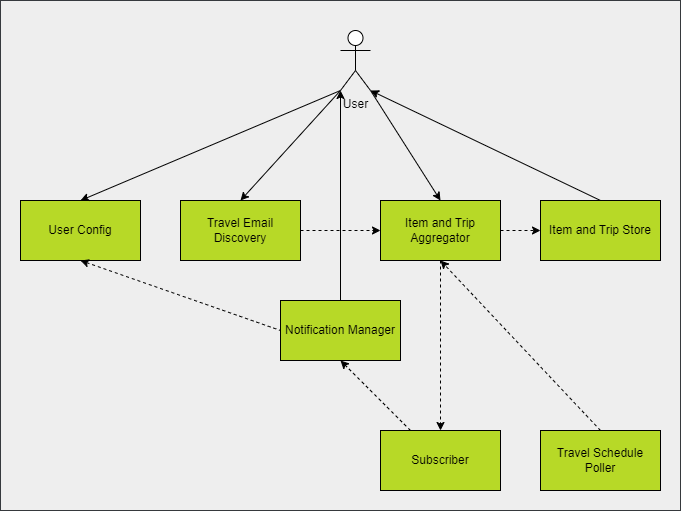
Guilbert12/Kata2023_team_onion keeps this draw.io diagram as diagrams/logical_architecture.png. Above is the earlier version. Source tidied: cells renumbered, new cells last; positions are measured from the earlier drawing's top-left corner, leaving out a move shared by most shapes.
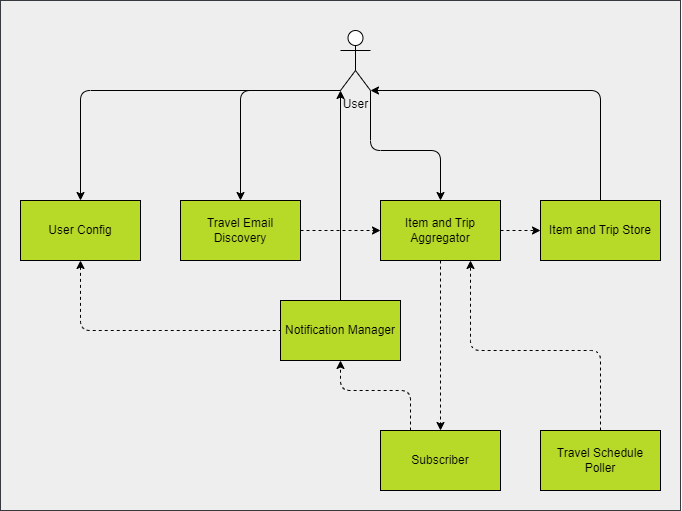
The same file after the commit.

What changed in the source:
```diff
@@ -30,28 +30,55 @@
       <mxGeometry x="280" y="300" width="120" height="60" as="geometry" />
     </mxCell>
     <mxCell id="11" style="endArrow=classic;html=1;strokeColor=#000000;fontFamily=Atkinson Hyperlegible;exitX=0;exitY=1;exitDx=0;exitDy=0;exitPerimeter=0;entryX=0.5;entryY=0;entryDx=0;entryDy=0;" parent="1" edge="1" source="3" target="4">
-      <mxGeometry relative="1" as="geometry" />
+      <mxGeometry relative="1" as="geometry">
+        <Array as="points">
+          <mxPoint x="80" y="90" />
+        </Array>
+      </mxGeometry>
     </mxCell>
     <mxCell id="12" style="endArrow=classic;html=1;strokeColor=#000000;fontFamily=Atkinson Hyperlegible;exitX=0;exitY=1;exitDx=0;exitDy=0;exitPerimeter=0;entryX=0.5;entryY=0;entryDx=0;entryDy=0;" parent="1" edge="1" source="3" target="5">
-      <mxGeometry relative="1" as="geometry" />
+      <mxGeometry relative="1" as="geometry">
+        <Array as="points">
+          <mxPoint x="240" y="90" />
+        </Array>
+      </mxGeometry>
     </mxCell>
     <mxCell id="13" style="endArrow=classic;html=1;strokeColor=#000000;fontFamily=Atkinson Hyperlegible;exitX=1;exitY=1;exitDx=0;exitDy=0;exitPerimeter=0;entryX=0.5;entryY=0;entryDx=0;entryDy=0;" parent="1" edge="1" source="3" target="6">
-      <mxGeometry relative="1" as="geometry" />
+      <mxGeometry relative="1" as="geometry">
+        <Array as="points">
+          <mxPoint x="370" y="150" />
+          <mxPoint x="440" y="150" />
+        </Array>
+      </mxGeometry>
     </mxCell>
     <mxCell id="14" style="endArrow=none;html=1;strokeColor=#000000;fontFamily=Atkinson Hyperlegible;exitX=1;exitY=1;exitDx=0;exitDy=0;exitPerimeter=0;entryX=0.5;entryY=0;entryDx=0;entryDy=0;startArrow=classic;startFill=1;endFill=0;" parent="1" edge="1" source="3" target="7">
-      <mxGeometry relative="1" as="geometry" />
+      <mxGeometry relative="1" as="geometry">
+        <Array as="points">
+          <mxPoint x="600" y="90" />
+        </Array>
+      </mxGeometry>
     </mxCell>
     <mxCell id="15" style="endArrow=classic;html=1;strokeColor=#000000;fontFamily=Atkinson Hyperlegible;exitX=0.5;exitY=1;exitDx=0;exitDy=0;entryX=0.5;entryY=0;entryDx=0;entryDy=0;dashed=1;" parent="1" edge="1" source="6" target="8">
       <mxGeometry relative="1" as="geometry" />
     </mxCell>
-    <mxCell id="16" style="endArrow=classic;html=1;strokeColor=#000000;fontFamily=Atkinson Hyperlegible;exitX=0.5;exitY=0;exitDx=0;exitDy=0;entryX=0.5;entryY=1;entryDx=0;entryDy=0;dashed=1;" parent="1" edge="1" source="9" target="6">
-      <mxGeometry relative="1" as="geometry" />
+    <mxCell id="16" style="endArrow=classic;html=1;strokeColor=#000000;fontFamily=Atkinson Hyperlegible;exitX=0.5;exitY=0;exitDx=0;exitDy=0;entryX=0.75;entryY=1;entryDx=0;entryDy=0;dashed=1;" parent="1" edge="1" source="9" target="6">
+      <mxGeometry relative="1" as="geometry">
+        <Array as="points">
+          <mxPoint x="600" y="350" />
+          <mxPoint x="470" y="350" />
+        </Array>
+      </mxGeometry>
     </mxCell>
     <mxCell id="17" style="endArrow=classic;html=1;strokeColor=#000000;fontFamily=Atkinson Hyperlegible;exitX=1;exitY=0.5;exitDx=0;exitDy=0;entryX=0;entryY=0.5;entryDx=0;entryDy=0;dashed=1;" parent="1" edge="1" source="6" target="7">
       <mxGeometry relative="1" as="geometry" />
     </mxCell>
     <mxCell id="18" style="endArrow=classic;html=1;strokeColor=#000000;fontFamily=Atkinson Hyperlegible;exitX=0.25;exitY=0;exitDx=0;exitDy=0;entryX=0.5;entryY=1;entryDx=0;entryDy=0;dashed=1;" parent="1" edge="1" source="8" target="10">
-      <mxGeometry relative="1" as="geometry" />
+      <mxGeometry relative="1" as="geometry">
+        <Array as="points">
+          <mxPoint x="410" y="390" />
+          <mxPoint x="340" y="390" />
+        </Array>
+      </mxGeometry>
     </mxCell>
     <mxCell id="19" style="endArrow=classic;html=1;strokeColor=#000000;fontFamily=Atkinson Hyperlegible;exitX=0.5;exitY=0;exitDx=0;exitDy=0;entryX=0;entryY=1;entryDx=0;entryDy=0;entryPerimeter=0;" parent="1" edge="1" source="10" target="3">
       <mxGeometry relative="1" as="geometry" />
@@ -60,7 +87,11 @@
       <mxGeometry relative="1" as="geometry" />
     </mxCell>
     <mxCell id="21" style="endArrow=none;html=1;strokeColor=#000000;fontFamily=Atkinson Hyperlegible;exitX=0.5;exitY=1;exitDx=0;exitDy=0;entryX=0;entryY=0.5;entryDx=0;entryDy=0;dashed=1;startArrow=classic;startFill=1;endFill=0;" parent="1" edge="1" source="4" target="10">
-      <mxGeometry relative="1" as="geometry" />
+      <mxGeometry relative="1" as="geometry">
+        <Array as="points">
+          <mxPoint x="80" y="330" />
+        </Array>
+      </mxGeometry>
     </mxCell>
   </root>
 </mxGraphModel>
```
